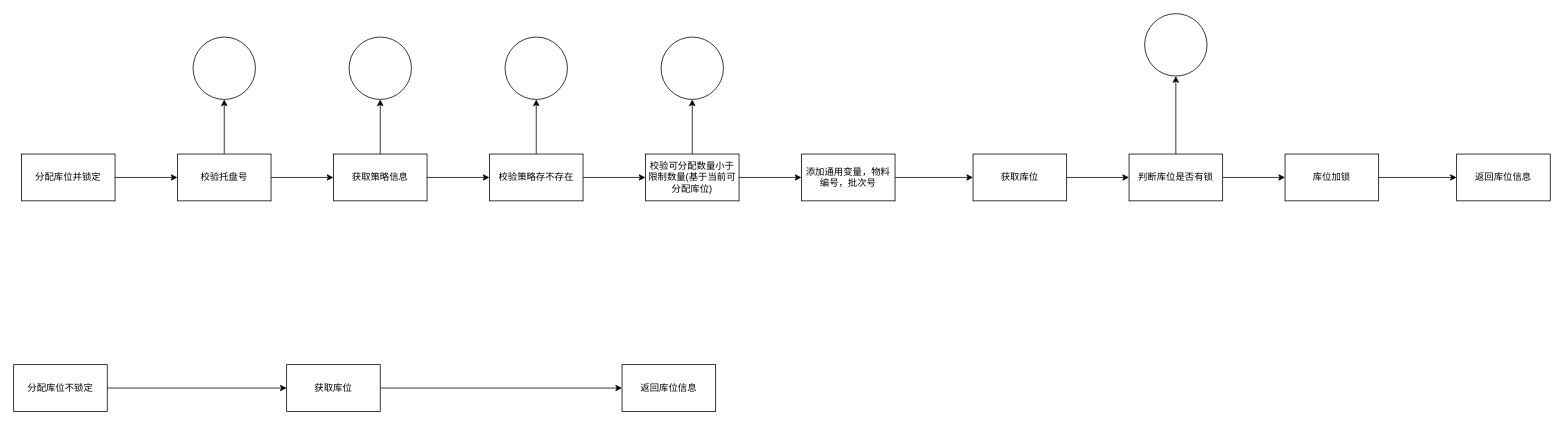
This is 未命名绘图.drawio from chenjunx/designpattern, a draw.io file, before an edit. Source tidied: cells renumbered, new cells numbered last; positions are measured from the earlier drawing's top-left corner, leaving out a move shared by most shapes. Both pictures are drawn from the tidied source at 78%, with x=0, y=0 at pixel (13, 13).
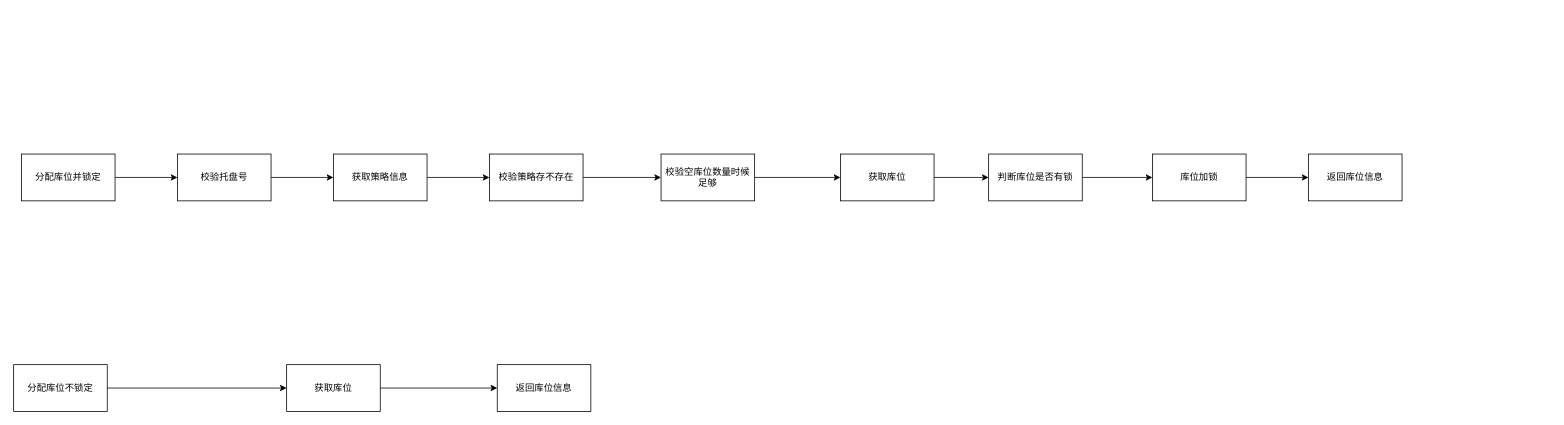
The same page after the edit.

Commit message:
默认入库策略更新

The change refers to these unchanged cells:
```xml
<mxCell id="6" value="校验托盘号" style="rounded=0;whiteSpace=wrap;html=1;" parent="1" vertex="1">
  <mxGeometry x="210" y="180" width="120" height="60" as="geometry" />
</mxCell>
<mxCell id="9" value="获取策略信息" style="whiteSpace=wrap;html=1;rounded=0;" parent="1" vertex="1">
  <mxGeometry x="410" y="180" width="120" height="60" as="geometry" />
</mxCell>
<mxCell id="12" value="校验策略存不存在" style="whiteSpace=wrap;html=1;rounded=0;" parent="1" vertex="1">
  <mxGeometry x="610" y="180" width="120" height="60" as="geometry" />
</mxCell>
```

Change to the diagram source:
```diff
@@
-    <mxCell id="5" style="edgeStyle=orthogonalEdgeStyle;rounded=0;jettySize=auto;html=1;" parent="1" edge="1" source="6" target="27">
-      <mxGeometry relative="1" as="geometry" />
-    </mxCell>
@@
-    <mxCell id="8" style="edgeStyle=orthogonalEdgeStyle;rounded=0;jettySize=auto;html=1;" parent="1" edge="1" source="9" target="28">
-      <mxGeometry relative="1" as="geometry" />
-    </mxCell>
@@
-    <mxCell id="11" style="edgeStyle=orthogonalEdgeStyle;rounded=0;jettySize=auto;html=1;" parent="1" edge="1" source="12" target="29">
-      <mxGeometry relative="1" as="geometry" />
-    </mxCell>
@@
-    <mxCell id="13" style="edgeStyle=orthogonalEdgeStyle;rounded=0;jettySize=auto;html=1;" parent="1" edge="1" source="15" target="17">
-      <mxGeometry relative="1" as="geometry" />
-    </mxCell>
-    <mxCell id="14" style="edgeStyle=orthogonalEdgeStyle;rounded=0;jettySize=auto;html=1;" parent="1" edge="1" source="15" target="30">
-      <mxGeometry relative="1" as="geometry" />
-    </mxCell>
+    <mxCell id="36" style="edgeStyle=orthogonalEdgeStyle;rounded=0;jettySize=auto;html=1;entryX=0;entryY=0.5;entryDx=0;entryDy=0;" parent="1" edge="1" source="15" target="19">
+      <mxGeometry relative="1" as="geometry" />
+    </mxCell>
-    <mxCell id="15" value="校验可分配数量小于限制数量(基于当前可分配库位)" style="whiteSpace=wrap;html=1;rounded=0;" parent="1" vertex="1">
-      <mxGeometry x="810" y="180" width="120" height="60" as="geometry" />
+    <mxCell id="15" value="校验空库位数量时候足够" style="whiteSpace=wrap;html=1;rounded=0;" parent="1" vertex="1">
+      <mxGeometry x="830" y="180" width="120" height="60" as="geometry" />
     </mxCell>
-    <mxCell id="16" style="edgeStyle=orthogonalEdgeStyle;rounded=0;jettySize=auto;html=1;entryX=0;entryY=0.5;entryDx=0;entryDy=0;" parent="1" edge="1" source="17" target="19">
-      <mxGeometry relative="1" as="geometry" />
-    </mxCell>
-    <mxCell id="17" value="添加通用变量，物料编号，批次号" style="whiteSpace=wrap;html=1;rounded=0;" parent="1" vertex="1">
-      <mxGeometry x="1010" y="180" width="120" height="60" as="geometry" />
-    </mxCell>
@@
     <mxCell id="19" value="获取库位" style="whiteSpace=wrap;html=1;rounded=0;" parent="1" vertex="1">
-      <mxGeometry x="1230" y="180" width="120" height="60" as="geometry" />
+      <mxGeometry x="1060" y="180" width="120" height="60" as="geometry" />
     </mxCell>
@@
-    <mxCell id="21" style="edgeStyle=orthogonalEdgeStyle;rounded=0;jettySize=auto;html=1;" parent="1" edge="1" source="22" target="25">
-      <mxGeometry relative="1" as="geometry" />
-    </mxCell>
     <mxCell id="22" value="判断库位是否有锁" style="whiteSpace=wrap;html=1;rounded=0;" parent="1" vertex="1">
-      <mxGeometry x="1430" y="180" width="120" height="60" as="geometry" />
+      <mxGeometry x="1250" y="180" width="120" height="60" as="geometry" />
     </mxCell>
@@
     <mxCell id="24" value="库位加锁" style="whiteSpace=wrap;html=1;rounded=0;" parent="1" vertex="1">
-      <mxGeometry x="1630" y="180" width="120" height="60" as="geometry" />
+      <mxGeometry x="1460" y="180" width="120" height="60" as="geometry" />
     </mxCell>
-    <mxCell id="25" style="ellipse;whiteSpace=wrap;html=1;rounded=0;" parent="1" vertex="1">
-      <mxGeometry x="1450" width="80" height="80" as="geometry" />
-    </mxCell>
     <mxCell id="26" value="返回库位信息" style="whiteSpace=wrap;html=1;rounded=0;" parent="1" vertex="1">
-      <mxGeometry x="1850" y="180" width="120" height="60" as="geometry" />
+      <mxGeometry x="1660" y="180" width="120" height="60" as="geometry" />
     </mxCell>
-    <mxCell id="27" style="ellipse;whiteSpace=wrap;html=1;rounded=0;" parent="1" vertex="1">
-      <mxGeometry x="230" y="30" width="80" height="80" as="geometry" />
-    </mxCell>
-    <mxCell id="28" style="ellipse;whiteSpace=wrap;html=1;rounded=0;" parent="1" vertex="1">
-      <mxGeometry x="430" y="30" width="80" height="80" as="geometry" />
-    </mxCell>
-    <mxCell id="29" style="ellipse;whiteSpace=wrap;html=1;rounded=0;" parent="1" vertex="1">
-      <mxGeometry x="630" y="30" width="80" height="80" as="geometry" />
-    </mxCell>
-    <mxCell id="30" style="ellipse;whiteSpace=wrap;html=1;rounded=0;" parent="1" vertex="1">
-      <mxGeometry x="830" y="30" width="80" height="80" as="geometry" />
-    </mxCell>
@@
     <mxCell id="35" value="返回库位信息" style="whiteSpace=wrap;html=1;rounded=0;" parent="1" vertex="1">
-      <mxGeometry x="780" y="450" width="120" height="60" as="geometry" />
+      <mxGeometry x="620" y="450" width="120" height="60" as="geometry" />
     </mxCell>
```
